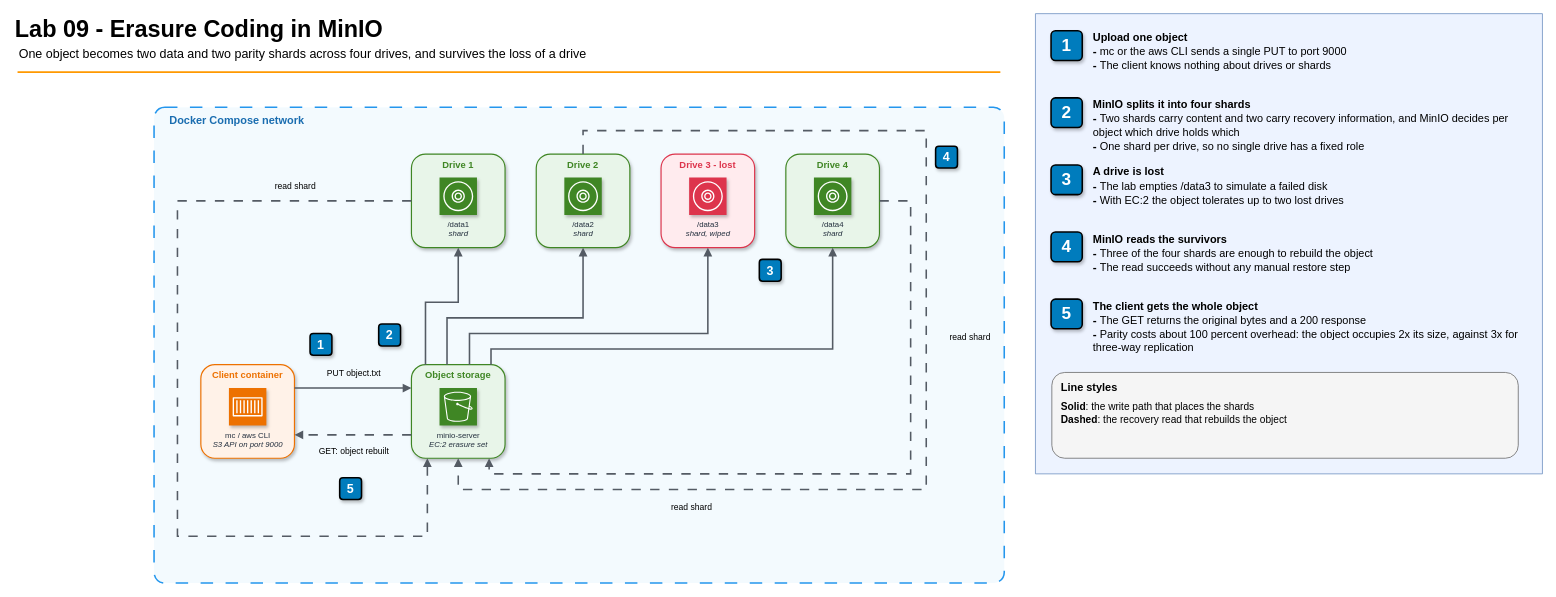
The draw.io diagram 09-distributed-file-systems/diagrams/lab09-erasure-coding.drawio in gamaware/system-design-course, before the edit. Source tidied: cells renumbered, new cells numbered last; positions are measured from the earlier drawing's top-left corner, leaving out a move shared by most shapes. Both pictures are drawn from the tidied source at 78%, with x=0, y=0 at pixel (13, 13). Pictures stored in the file or linked from it are replaced by grey dashed boxes.
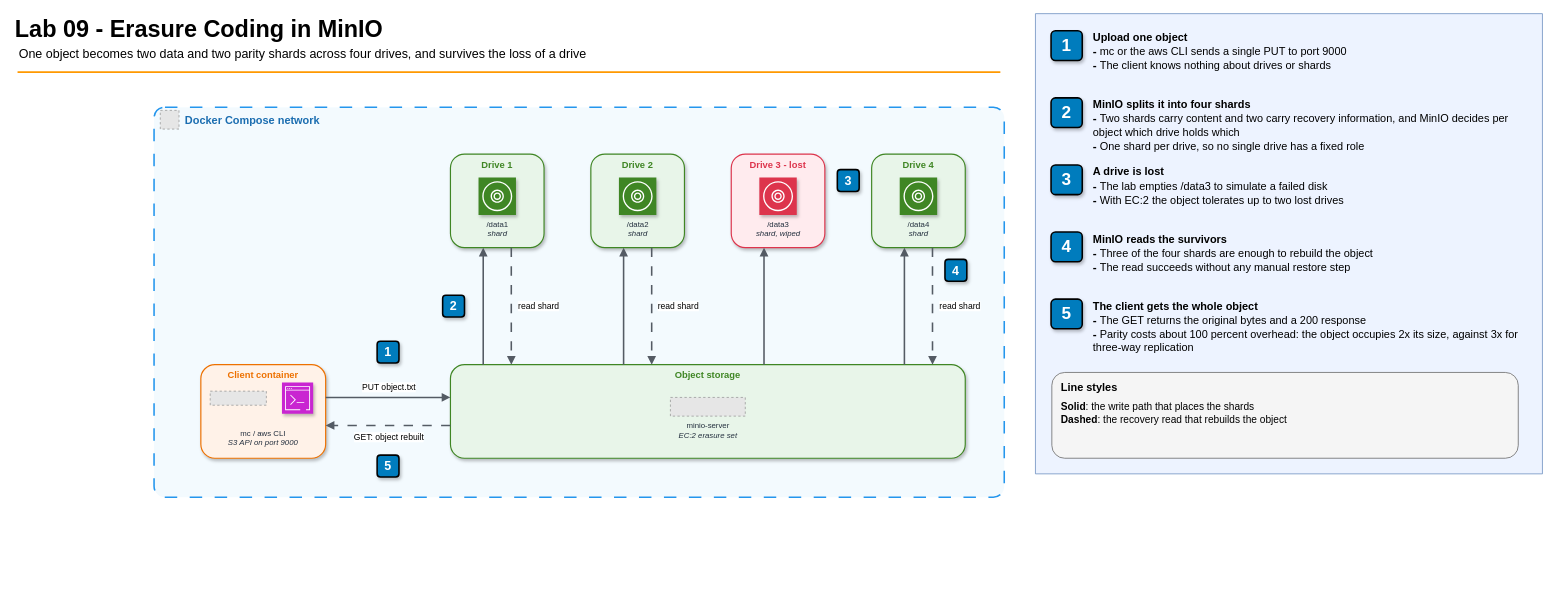
The same page after the edit.

What changed in the source:
```diff
@@
-    <mxCell id="6" value="Docker Compose network" style="rounded=1;absoluteArcSize=1;arcSize=28;whiteSpace=wrap;html=1;dashed=1;dashPattern=8 8;fillColor=light-dark(#2496ED0D,#2496ED0D);fillStyle=auto;strokeColor=#2496ED;strokeWidth=2;verticalAlign=top;align=left;spacingLeft=18;spacingTop=2;fontSize=14;fontStyle=1;fontColor=#1A6DB0;fontFamily=Helvetica;" parent="1" vertex="1">
-      <mxGeometry x="180" y="120" width="1090" height="610" as="geometry" />
+    <mxCell id="6" value="Docker Compose network" style="rounded=1;absoluteArcSize=1;arcSize=28;whiteSpace=wrap;html=1;dashed=1;dashPattern=8 8;fillColor=light-dark(#2496ED0D,#2496ED0D);fillStyle=auto;strokeColor=#2496ED;strokeWidth=2;verticalAlign=top;align=left;spacingLeft=38;spacingTop=2;fontSize=14;fontStyle=1;fontColor=#1A6DB0;fontFamily=Helvetica;" parent="1" vertex="1">
+      <mxGeometry x="180" y="120" width="1090" height="500" as="geometry" />
     </mxCell>
     <mxCell id="7" value="Client container" style="fillColor=#FFF2E8;strokeColor=#ED7100;rounded=1;whiteSpace=wrap;html=1;verticalAlign=top;fontStyle=1;fontSize=12;fontColor=#ED7100;fontFamily=Helvetica;shadow=1;strokeWidth=1.5;" parent="6" vertex="1">
-      <mxGeometry x="60" y="330" width="120" height="120" as="geometry" />
+      <mxGeometry x="60" y="330" width="160" height="120" as="geometry" />
     </mxCell>
-    <mxCell id="8" value="mc / aws CLI&lt;div&gt;&lt;i&gt;S3 API on port 9000&lt;/i&gt;&lt;/div&gt;" style="sketch=0;fontColor=#232F3E;fillColor=#ED7100;strokeColor=#ffffff;dashed=0;verticalLabelPosition=bottom;verticalAlign=top;align=center;html=1;fontSize=10;fontStyle=0;shape=mxgraph.aws4.resourceIcon;resIcon=mxgraph.aws4.container_1;fontFamily=Helvetica;shadow=1;" parent="7" vertex="1">
-      <mxGeometry x="36" y="30" width="48" height="48" as="geometry" />
+    <mxCell id="8" value="mc / aws CLI&lt;div&gt;&lt;i&gt;S3 API on port 9000&lt;/i&gt;&lt;/div&gt;" style="text;html=1;align=center;verticalAlign=top;fontSize=10;fontColor=#232F3E;fontFamily=Helvetica;whiteSpace=wrap;" parent="7" vertex="1">
+      <mxGeometry y="76" width="160" height="34" as="geometry" />
     </mxCell>
     <mxCell id="9" value="Object storage" style="fillColor=#E8F5E9;strokeColor=#3F8624;rounded=1;whiteSpace=wrap;html=1;verticalAlign=top;fontStyle=1;fontSize=12;fontColor=#3F8624;fontFamily=Helvetica;shadow=1;strokeWidth=1.5;" parent="6" vertex="1">
-      <mxGeometry x="330" y="330" width="120" height="120" as="geometry" />
+      <mxGeometry x="380" y="330" width="660" height="120" as="geometry" />
     </mxCell>
-    <mxCell id="10" value="minio-server&lt;div&gt;&lt;i&gt;EC:2 erasure set&lt;/i&gt;&lt;/div&gt;" style="sketch=0;fontColor=#232F3E;fillColor=#3F8624;strokeColor=#ffffff;dashed=0;verticalLabelPosition=bottom;verticalAlign=top;align=center;html=1;fontSize=10;fontStyle=0;shape=mxgraph.aws4.resourceIcon;resIcon=mxgraph.aws4.s3;fontFamily=Helvetica;shadow=1;" parent="9" vertex="1">
-      <mxGeometry x="36" y="30" width="48" height="48" as="geometry" />
+    <mxCell id="10" value="minio-server&lt;div&gt;&lt;i&gt;EC:2 erasure set&lt;/i&gt;&lt;/div&gt;" style="fillColor=#E6E6E6;strokeColor=#999999;dashed=1;verticalLabelPosition=bottom;verticalAlign=top;align=center;html=1;labelBackgroundColor=none;fontSize=10;fontColor=#232F3E;fontFamily=Helvetica;" parent="9" vertex="1">
+      <mxGeometry x="282" y="42" width="96" height="24" as="geometry" />
     </mxCell>
     <mxCell id="11" value="Drive 1" style="fillColor=#E8F5E9;strokeColor=#3F8624;rounded=1;whiteSpace=wrap;html=1;verticalAlign=top;fontStyle=1;fontSize=12;fontColor=#3F8624;fontFamily=Helvetica;shadow=1;strokeWidth=1.5;" parent="6" vertex="1">
-      <mxGeometry x="330" y="60" width="120" height="120" as="geometry" />
+      <mxGeometry x="380" y="60" width="120" height="120" as="geometry" />
     </mxCell>
@@
     <mxCell id="13" value="Drive 2" style="fillColor=#E8F5E9;strokeColor=#3F8624;rounded=1;whiteSpace=wrap;html=1;verticalAlign=top;fontStyle=1;fontSize=12;fontColor=#3F8624;fontFamily=Helvetica;shadow=1;strokeWidth=1.5;" parent="6" vertex="1">
-      <mxGeometry x="490" y="60" width="120" height="120" as="geometry" />
+      <mxGeometry x="560" y="60" width="120" height="120" as="geometry" />
     </mxCell>
@@
     <mxCell id="15" value="Drive 3 - lost" style="fillColor=#FFEBEE;strokeColor=#DD344C;rounded=1;whiteSpace=wrap;html=1;verticalAlign=top;fontStyle=1;fontSize=12;fontColor=#DD344C;fontFamily=Helvetica;shadow=1;strokeWidth=1.5;" parent="6" vertex="1">
-      <mxGeometry x="650" y="60" width="120" height="120" as="geometry" />
+      <mxGeometry x="740" y="60" width="120" height="120" as="geometry" />
     </mxCell>
@@
     <mxCell id="17" value="Drive 4" style="fillColor=#E8F5E9;strokeColor=#3F8624;rounded=1;whiteSpace=wrap;html=1;verticalAlign=top;fontStyle=1;fontSize=12;fontColor=#3F8624;fontFamily=Helvetica;shadow=1;strokeWidth=1.5;" parent="6" vertex="1">
-      <mxGeometry x="810" y="60" width="120" height="120" as="geometry" />
+      <mxGeometry x="920" y="60" width="120" height="120" as="geometry" />
     </mxCell>
@@
-    <mxCell id="19" style="edgeStyle=orthogonalEdgeStyle;rounded=0;jettySize=auto;html=1;strokeColor=#545B64;strokeWidth=2;endArrow=block;endFill=1;fontFamily=Helvetica;exitX=1;exitY=0.25;exitDx=0;exitDy=0;entryX=0;entryY=0.25;entryDx=0;entryDy=0;" parent="1" edge="1" source="7" target="9">
+    <mxCell id="19" style="edgeStyle=orthogonalEdgeStyle;rounded=0;jettySize=auto;html=1;strokeColor=#545B64;strokeWidth=2;endArrow=block;endFill=1;fontFamily=Helvetica;fontSize=11;jumpStyle=arc;jumpSize=10;labelBackgroundColor=default;exitX=1;exitY=0.35;exitDx=0;exitDy=0;entryX=0;entryY=0.35;entryDx=0;entryDy=0;" parent="1" edge="1" source="7" target="9">
       <mxGeometry relative="1" as="geometry" />
     </mxCell>
-    <mxCell id="20" value="PUT object.txt" style="edgeLabel;html=1;align=center;verticalAlign=middle;labelBackgroundColor=none;fontSize=11;fontFamily=Helvetica;" parent="19" vertex="1">
+    <mxCell id="20" value="PUT object.txt" style="edgeLabel;html=1;align=center;verticalAlign=middle;labelBackgroundColor=default;fontSize=11;fontFamily=Helvetica;" parent="19" vertex="1">
       <mxGeometry relative="1" as="geometry">
-        <mxPoint y="-20" as="offset" />
+        <mxPoint y="-14" as="offset" />
       </mxGeometry>
     </mxCell>
-    <mxCell id="21" style="edgeStyle=orthogonalEdgeStyle;rounded=0;jettySize=auto;html=1;strokeColor=#545B64;strokeWidth=2;endArrow=block;endFill=1;fontFamily=Helvetica;exitX=0.15;exitY=0;exitDx=0;exitDy=0;entryX=0.5;entryY=1;entryDx=0;entryDy=0;" parent="1" edge="1" source="9" target="11">
-      <mxGeometry relative="1" as="geometry">
-        <Array as="points">
-          <mxPoint x="528" y="370" />
-          <mxPoint x="570" y="370" />
-        </Array>
-      </mxGeometry>
+    <mxCell id="21" style="edgeStyle=orthogonalEdgeStyle;rounded=0;jettySize=auto;html=1;strokeColor=#545B64;strokeWidth=2;endArrow=block;endFill=1;fontFamily=Helvetica;fontSize=11;jumpStyle=arc;jumpSize=10;labelBackgroundColor=default;exitX=0.0636;exitY=0;exitDx=0;exitDy=0;entryX=0.35;entryY=1;entryDx=0;entryDy=0;" parent="1" edge="1" source="9" target="11">
+      <mxGeometry relative="1" as="geometry" />
     </mxCell>
-    <mxCell id="22" style="edgeStyle=orthogonalEdgeStyle;rounded=0;jettySize=auto;html=1;strokeColor=#545B64;strokeWidth=2;endArrow=block;endFill=1;fontFamily=Helvetica;exitX=0.38;exitY=0;exitDx=0;exitDy=0;entryX=0.5;entryY=1;entryDx=0;entryDy=0;" parent="1" edge="1" source="9" target="13">
-      <mxGeometry relative="1" as="geometry">
-        <Array as="points">
-          <mxPoint x="556" y="390" />
-          <mxPoint x="730" y="390" />
-        </Array>
-      </mxGeometry>
+    <mxCell id="22" style="edgeStyle=orthogonalEdgeStyle;rounded=0;jettySize=auto;html=1;strokeColor=#545B64;strokeWidth=2;endArrow=block;endFill=1;fontFamily=Helvetica;fontSize=11;jumpStyle=arc;jumpSize=10;labelBackgroundColor=default;exitX=0.3364;exitY=0;exitDx=0;exitDy=0;entryX=0.35;entryY=1;entryDx=0;entryDy=0;" parent="1" edge="1" source="9" target="13">
+      <mxGeometry relative="1" as="geometry" />
     </mxCell>
-    <mxCell id="23" style="edgeStyle=orthogonalEdgeStyle;rounded=0;jettySize=auto;html=1;strokeColor=#545B64;strokeWidth=2;endArrow=block;endFill=1;fontFamily=Helvetica;exitX=0.62;exitY=0;exitDx=0;exitDy=0;entryX=0.5;entryY=1;entryDx=0;entryDy=0;" parent="1" edge="1" source="9" target="15">
-      <mxGeometry relative="1" as="geometry">
-        <Array as="points">
-          <mxPoint x="584" y="410" />
-          <mxPoint x="890" y="410" />
-        </Array>
-      </mxGeometry>
+    <mxCell id="23" style="edgeStyle=orthogonalEdgeStyle;rounded=0;jettySize=auto;html=1;strokeColor=#545B64;strokeWidth=2;endArrow=block;endFill=1;fontFamily=Helvetica;fontSize=11;jumpStyle=arc;jumpSize=10;labelBackgroundColor=default;exitX=0.6091;exitY=0;exitDx=0;exitDy=0;entryX=0.35;entryY=1;entryDx=0;entryDy=0;" parent="1" edge="1" source="9" target="15">
+      <mxGeometry relative="1" as="geometry" />
     </mxCell>
-    <mxCell id="24" style="edgeStyle=orthogonalEdgeStyle;rounded=0;jettySize=auto;html=1;strokeColor=#545B64;strokeWidth=2;endArrow=block;endFill=1;fontFamily=Helvetica;exitX=0.85;exitY=0;exitDx=0;exitDy=0;entryX=0.5;entryY=1;entryDx=0;entryDy=0;" parent="1" edge="1" source="9" target="17">
-      <mxGeometry relative="1" as="geometry">
-        <Array as="points">
-          <mxPoint x="612" y="430" />
-          <mxPoint x="1050" y="430" />
-        </Array>
-      </mxGeometry>
+    <mxCell id="24" style="edgeStyle=orthogonalEdgeStyle;rounded=0;jettySize=auto;html=1;strokeColor=#545B64;strokeWidth=2;endArrow=block;endFill=1;fontFamily=Helvetica;fontSize=11;jumpStyle=arc;jumpSize=10;labelBackgroundColor=default;exitX=0.8818;exitY=0;exitDx=0;exitDy=0;entryX=0.35;entryY=1;entryDx=0;entryDy=0;" parent="1" edge="1" source="9" target="17">
+      <mxGeometry relative="1" as="geometry" />
     </mxCell>
-    <mxCell id="25" style="edgeStyle=orthogonalEdgeStyle;rounded=0;jettySize=auto;html=1;strokeColor=#545B64;strokeWidth=2;endArrow=block;endFill=1;fontFamily=Helvetica;exitX=0;exitY=0.5;exitDx=0;exitDy=0;entryX=0.17;entryY=1;entryDx=0;entryDy=0;dashed=1;dashPattern=6 6;" parent="1" edge="1" source="11" target="9">
-      <mxGeometry relative="1" as="geometry">
-        <Array as="points">
-          <mxPoint x="210" y="240" />
-          <mxPoint x="210" y="670" />
-          <mxPoint x="530" y="670" />
-        </Array>
-      </mxGeometry>
+    <mxCell id="25" style="edgeStyle=orthogonalEdgeStyle;rounded=0;jettySize=auto;html=1;strokeColor=#545B64;strokeWidth=2;endArrow=block;endFill=1;fontFamily=Helvetica;fontSize=11;jumpStyle=arc;jumpSize=10;labelBackgroundColor=default;dashed=1;dashPattern=6 6;exitX=0.65;exitY=1;exitDx=0;exitDy=0;entryX=0.1182;entryY=0;entryDx=0;entryDy=0;" parent="1" edge="1" source="11" target="9">
+      <mxGeometry relative="1" as="geometry" />
     </mxCell>
-    <mxCell id="26" value="read shard" style="edgeLabel;html=1;align=center;verticalAlign=middle;labelBackgroundColor=none;fontSize=11;fontFamily=Helvetica;" parent="25" vertex="1">
-      <mxGeometry x="-0.74" relative="1" as="geometry">
-        <mxPoint y="-20" as="offset" />
+    <mxCell id="26" value="read shard" style="edgeLabel;html=1;align=center;verticalAlign=middle;labelBackgroundColor=default;fontSize=11;fontFamily=Helvetica;" parent="25" vertex="1">
+      <mxGeometry relative="1" as="geometry">
+        <mxPoint x="34" as="offset" />
       </mxGeometry>
     </mxCell>
-    <mxCell id="27" style="edgeStyle=orthogonalEdgeStyle;rounded=0;jettySize=auto;html=1;strokeColor=#545B64;strokeWidth=2;endArrow=block;endFill=1;fontFamily=Helvetica;exitX=0.5;exitY=0;exitDx=0;exitDy=0;entryX=0.5;entryY=1;entryDx=0;entryDy=0;dashed=1;dashPattern=6 6;" parent="1" edge="1" source="13" target="9">
-      <mxGeometry relative="1" as="geometry">
-        <Array as="points">
-          <mxPoint x="730" y="150" />
-          <mxPoint x="1170" y="150" />
-          <mxPoint x="1170" y="610" />
-          <mxPoint x="570" y="610" />
-        </Array>
-      </mxGeometry>
+    <mxCell id="27" style="edgeStyle=orthogonalEdgeStyle;rounded=0;jettySize=auto;html=1;strokeColor=#545B64;strokeWidth=2;endArrow=block;endFill=1;fontFamily=Helvetica;fontSize=11;jumpStyle=arc;jumpSize=10;labelBackgroundColor=default;dashed=1;dashPattern=6 6;exitX=0.65;exitY=1;exitDx=0;exitDy=0;entryX=0.3909;entryY=0;entryDx=0;entryDy=0;" parent="1" edge="1" source="13" target="9">
+      <mxGeometry relative="1" as="geometry" />
     </mxCell>
-    <mxCell id="28" value="read shard" style="edgeLabel;html=1;align=center;verticalAlign=middle;labelBackgroundColor=none;fontSize=11;fontFamily=Helvetica;" parent="27" vertex="1">
-      <mxGeometry x="0.57" relative="1" as="geometry">
-        <mxPoint y="22" as="offset" />
+    <mxCell id="28" value="read shard" style="edgeLabel;html=1;align=center;verticalAlign=middle;labelBackgroundColor=default;fontSize=11;fontFamily=Helvetica;" parent="27" vertex="1">
+      <mxGeometry relative="1" as="geometry">
+        <mxPoint x="34" as="offset" />
       </mxGeometry>
     </mxCell>
-    <mxCell id="29" style="edgeStyle=orthogonalEdgeStyle;rounded=0;jettySize=auto;html=1;strokeColor=#545B64;strokeWidth=2;endArrow=block;endFill=1;fontFamily=Helvetica;exitX=1;exitY=0.5;exitDx=0;exitDy=0;entryX=0.83;entryY=1;entryDx=0;entryDy=0;dashed=1;dashPattern=6 6;" parent="1" edge="1" source="17" target="9">
-      <mxGeometry relative="1" as="geometry">
-        <Array as="points">
-          <mxPoint x="1150" y="240" />
-          <mxPoint x="1150" y="590" />
-          <mxPoint x="610" y="590" />
-        </Array>
-      </mxGeometry>
+    <mxCell id="29" style="edgeStyle=orthogonalEdgeStyle;rounded=0;jettySize=auto;html=1;strokeColor=#545B64;strokeWidth=2;endArrow=block;endFill=1;fontFamily=Helvetica;fontSize=11;jumpStyle=arc;jumpSize=10;labelBackgroundColor=default;dashed=1;dashPattern=6 6;exitX=0.65;exitY=1;exitDx=0;exitDy=0;entryX=0.9364;entryY=0;entryDx=0;entryDy=0;" parent="1" edge="1" source="17" target="9">
+      <mxGeometry relative="1" as="geometry" />
     </mxCell>
-    <mxCell id="30" value="read shard" style="edgeLabel;html=1;align=center;verticalAlign=middle;labelBackgroundColor=none;fontSize=11;fontFamily=Helvetica;" parent="29" vertex="1">
-      <mxGeometry x="-0.55" relative="1" as="geometry">
-        <mxPoint x="75" as="offset" />
+    <mxCell id="30" value="read shard" style="edgeLabel;html=1;align=center;verticalAlign=middle;labelBackgroundColor=default;fontSize=11;fontFamily=Helvetica;" parent="29" vertex="1">
+      <mxGeometry relative="1" as="geometry">
+        <mxPoint x="34" as="offset" />
       </mxGeometry>
     </mxCell>
-    <mxCell id="31" style="edgeStyle=orthogonalEdgeStyle;rounded=0;jettySize=auto;html=1;strokeColor=#545B64;strokeWidth=2;endArrow=block;endFill=1;fontFamily=Helvetica;exitX=0;exitY=0.75;exitDx=0;exitDy=0;entryX=1;entryY=0.75;entryDx=0;entryDy=0;dashed=1;dashPattern=6 6;" parent="1" edge="1" source="9" target="7">
+    <mxCell id="31" style="edgeStyle=orthogonalEdgeStyle;rounded=0;jettySize=auto;html=1;strokeColor=#545B64;strokeWidth=2;endArrow=block;endFill=1;fontFamily=Helvetica;fontSize=11;jumpStyle=arc;jumpSize=10;labelBackgroundColor=default;dashed=1;dashPattern=6 6;exitX=0;exitY=0.65;exitDx=0;exitDy=0;entryX=1;entryY=0.65;entryDx=0;entryDy=0;" parent="1" edge="1" source="9" target="7">
       <mxGeometry relative="1" as="geometry" />
     </mxCell>
-    <mxCell id="32" value="GET: object rebuilt" style="edgeLabel;html=1;align=center;verticalAlign=middle;labelBackgroundColor=none;fontSize=11;fontFamily=Helvetica;" parent="31" vertex="1">
+    <mxCell id="32" value="GET: object rebuilt" style="edgeLabel;html=1;align=center;verticalAlign=middle;labelBackgroundColor=default;fontSize=11;fontFamily=Helvetica;" parent="31" vertex="1">
       <mxGeometry relative="1" as="geometry">
-        <mxPoint y="20" as="offset" />
+        <mxPoint y="14" as="offset" />
       </mxGeometry>
     </mxCell>
     <mxCell id="33" value="1" style="rounded=1;whiteSpace=wrap;html=1;fillColor=#007CBD;strokeColor=default;fontColor=#FFFFFF;fontStyle=1;fontSize=16;fontFamily=Helvetica;shadow=1;glass=0;strokeWidth=2;align=center;verticalAlign=middle;labelBackgroundColor=none;" parent="1" vertex="1">
-      <mxGeometry x="380" y="410" width="28" height="28" as="geometry" />
+      <mxGeometry x="466" y="420" width="28" height="28" as="geometry" />
     </mxCell>
     <mxCell id="34" value="2" style="rounded=1;whiteSpace=wrap;html=1;fillColor=#007CBD;strokeColor=default;fontColor=#FFFFFF;fontStyle=1;fontSize=16;fontFamily=Helvetica;shadow=1;glass=0;strokeWidth=2;align=center;verticalAlign=middle;labelBackgroundColor=none;" parent="1" vertex="1">
-      <mxGeometry x="468" y="398" width="28" height="28" as="geometry" />
+      <mxGeometry x="550" y="361" width="28" height="28" as="geometry" />
     </mxCell>
     <mxCell id="35" value="3" style="rounded=1;whiteSpace=wrap;html=1;fillColor=#007CBD;strokeColor=default;fontColor=#FFFFFF;fontStyle=1;fontSize=16;fontFamily=Helvetica;shadow=1;glass=0;strokeWidth=2;align=center;verticalAlign=middle;labelBackgroundColor=none;" parent="1" vertex="1">
-      <mxGeometry x="956" y="315" width="28" height="28" as="geometry" />
+      <mxGeometry x="1056" y="200" width="28" height="28" as="geometry" />
     </mxCell>
     <mxCell id="36" value="4" style="rounded=1;whiteSpace=wrap;html=1;fillColor=#007CBD;strokeColor=default;fontColor=#FFFFFF;fontStyle=1;fontSize=16;fontFamily=Helvetica;shadow=1;glass=0;strokeWidth=2;align=center;verticalAlign=middle;labelBackgroundColor=none;" parent="1" vertex="1">
-      <mxGeometry x="1182" y="170" width="28" height="28" as="geometry" />
+      <mxGeometry x="1194" y="315" width="28" height="28" as="geometry" />
     </mxCell>
     <mxCell id="37" value="5" style="rounded=1;whiteSpace=wrap;html=1;fillColor=#007CBD;strokeColor=default;fontColor=#FFFFFF;fontStyle=1;fontSize=16;fontFamily=Helvetica;shadow=1;glass=0;strokeWidth=2;align=center;verticalAlign=middle;labelBackgroundColor=none;" parent="1" vertex="1">
-      <mxGeometry x="418" y="595" width="28" height="28" as="geometry" />
+      <mxGeometry x="466" y="566" width="28" height="28" as="geometry" />
     </mxCell>
@@
+    <mxCell id="59" style="fillColor=#E6E6E6;strokeColor=#999999;dashed=1;verticalLabelPosition=bottom;verticalAlign=top;align=center;html=1;labelBackgroundColor=none;fontSize=10;fontColor=#232F3E;fontFamily=Helvetica;" parent="7" vertex="1">
+      <mxGeometry x="12" y="34" width="72" height="18" as="geometry" />
+    </mxCell>
+    <mxCell id="60" style="sketch=0;fontColor=#232F3E;fillColor=#C925D1;strokeColor=#ffffff;dashed=0;verticalLabelPosition=bottom;verticalAlign=top;align=center;html=1;fontSize=10;fontStyle=0;shape=mxgraph.aws4.resourceIcon;resIcon=mxgraph.aws4.command_line_interface;fontFamily=Helvetica;shadow=1;" parent="7" vertex="1">
+      <mxGeometry x="104" y="23" width="40" height="40" as="geometry" />
+    </mxCell>
+    <mxCell id="61" style="fillColor=#E6E6E6;strokeColor=#999999;dashed=1;verticalLabelPosition=bottom;verticalAlign=top;align=center;html=1;labelBackgroundColor=none;fontSize=10;fontColor=#232F3E;fontFamily=Helvetica;" parent="1" vertex="1">
+      <mxGeometry x="188" y="124" width="24" height="24" as="geometry" />
+    </mxCell>
```
